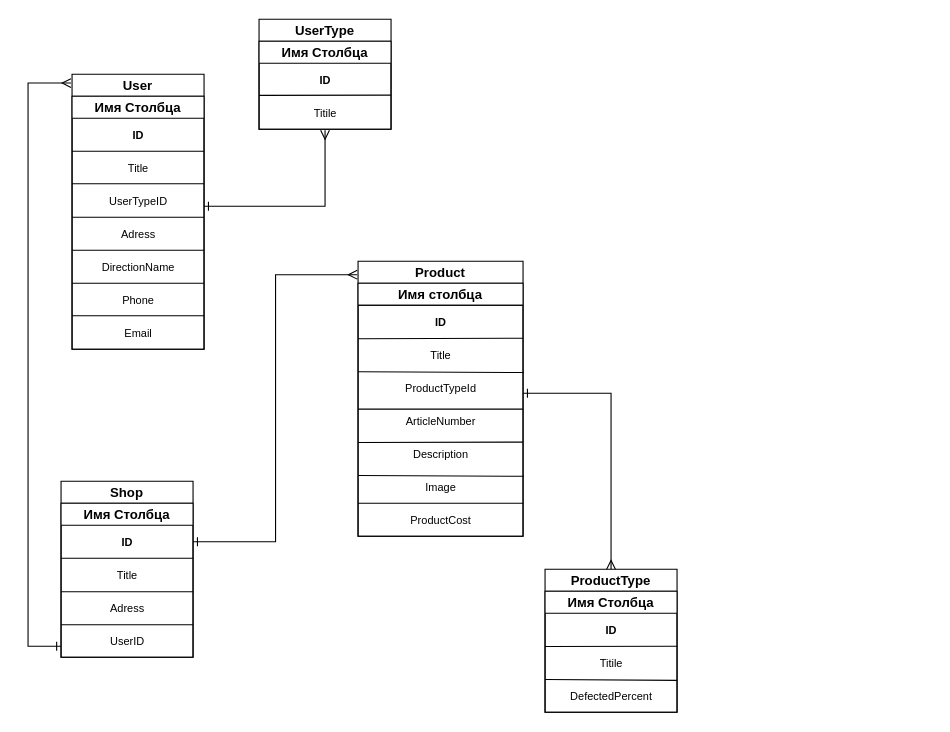
Earlier version of the draw.io diagram ER.drawio (arn1ee/ER-diagramma). Source tidied: cells renumbered, new cells numbered last; positions are measured from the earlier drawing's top-left corner, leaving out a move shared by most shapes. Both pictures are drawn from the tidied source at 110%, with x=0, y=0 at pixel (28, 19).
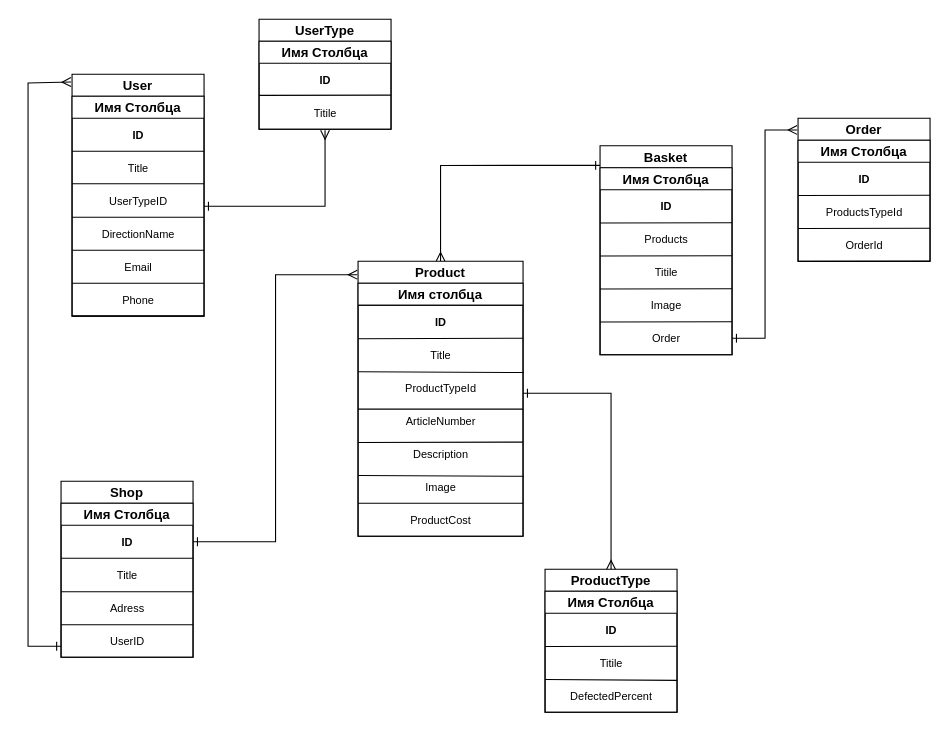
Above is the later version.

Unchanged cells that the change refers to:
```xml
<mxCell id="2" value="Product" style="swimlane;startSize=20;" parent="1" vertex="1">
  <mxGeometry x="300" y="220" width="150" height="250" as="geometry" />
</mxCell>
```

The edit, as a diff of the source:
```diff
@@
+    <mxCell id="58" style="edgeStyle=orthogonalEdgeStyle;rounded=0;jettySize=auto;html=1;exitX=0.5;exitY=0;exitDx=0;exitDy=0;entryX=0;entryY=0.094;entryDx=0;entryDy=0;startArrow=ERmany;startFill=0;endArrow=ERone;endFill=0;entryPerimeter=0;" parent="1" edge="1" source="2" target="59">
+      <mxGeometry relative="1" as="geometry" />
+    </mxCell>
@@
     <mxCell id="26" value="User" style="swimlane;startSize=20;" parent="1" vertex="1">
-      <mxGeometry x="40" y="50" width="120" height="250" as="geometry" />
+      <mxGeometry x="40" y="50" width="120" height="220" as="geometry" />
     </mxCell>
     <mxCell id="27" value="Имя Столбца" style="swimlane;startSize=20;" parent="26" vertex="1">
-      <mxGeometry y="20" width="120" height="230" as="geometry" />
+      <mxGeometry y="20" width="120" height="200" as="geometry" />
     </mxCell>
@@
-    <mxCell id="31" value="&lt;font style=&quot;font-size: 10px;&quot;&gt;Adress&lt;/font&gt;" style="text;html=1;align=center;verticalAlign=middle;strokeColor=none;fillColor=none;" parent="27" vertex="1">
-      <mxGeometry x="35" y="110" width="50" height="30" as="geometry" />
-    </mxCell>
-    <mxCell id="32" value="&lt;font style=&quot;font-size: 10px;&quot;&gt;DirectionName&lt;/font&gt;" style="text;html=1;align=center;verticalAlign=middle;strokeColor=none;fillColor=none;" parent="27" vertex="1">
-      <mxGeometry x="15" y="140" width="90" height="30" as="geometry" />
-    </mxCell>
@@
     <mxCell id="34" value="&lt;font style=&quot;font-size: 10px;&quot;&gt;Email&lt;/font&gt;" style="text;html=1;align=center;verticalAlign=middle;strokeColor=none;fillColor=none;" parent="27" vertex="1">
-      <mxGeometry x="35" y="200" width="50" height="30" as="geometry" />
+      <mxGeometry x="35" y="140" width="50" height="30" as="geometry" />
     </mxCell>
@@
+    <mxCell id="32" value="&lt;font style=&quot;font-size: 10px;&quot;&gt;DirectionName&lt;/font&gt;" style="text;html=1;align=center;verticalAlign=middle;strokeColor=none;fillColor=none;" parent="27" vertex="1">
+      <mxGeometry x="15" y="110" width="90" height="30" as="geometry" />
+    </mxCell>
@@
+    <mxCell id="59" value="Basket" style="swimlane;startSize=20;" parent="1" vertex="1">
+      <mxGeometry x="520" y="115" width="120" height="190" as="geometry" />
+    </mxCell>
+    <mxCell id="60" value="Имя Столбца" style="swimlane;startSize=20;" parent="59" vertex="1">
+      <mxGeometry y="20" width="120" height="170" as="geometry" />
+    </mxCell>
+    <mxCell id="61" value="&lt;font style=&quot;font-size: 10px;&quot;&gt;Products&lt;/font&gt;" style="text;html=1;align=center;verticalAlign=middle;strokeColor=none;fillColor=none;" parent="60" vertex="1">
+      <mxGeometry x="30" y="50" width="60" height="30" as="geometry" />
+    </mxCell>
+    <mxCell id="62" style="endArrow=none;html=1;rounded=0;" parent="60" edge="1">
+      <mxGeometry relative="1" as="geometry">
+        <mxPoint y="50.2" as="sourcePoint" />
+        <mxPoint x="120" y="50" as="targetPoint" />
+      </mxGeometry>
+    </mxCell>
+    <mxCell id="63" style="endArrow=none;html=1;rounded=0;" parent="60" edge="1">
+      <mxGeometry relative="1" as="geometry">
+        <mxPoint y="80.2" as="sourcePoint" />
+        <mxPoint x="120" y="80" as="targetPoint" />
+      </mxGeometry>
+    </mxCell>
+    <mxCell id="64" value="&lt;font style=&quot;font-size: 10px;&quot;&gt;Image&lt;/font&gt;" style="text;html=1;align=center;verticalAlign=middle;strokeColor=none;fillColor=none;" parent="60" vertex="1">
+      <mxGeometry x="35" y="110" width="50" height="30" as="geometry" />
+    </mxCell>
+    <mxCell id="65" value="&lt;font style=&quot;font-size: 10px;&quot;&gt;&lt;b&gt;ID&lt;/b&gt;&lt;/font&gt;" style="text;html=1;align=center;verticalAlign=middle;strokeColor=none;fillColor=none;" parent="60" vertex="1">
+      <mxGeometry x="45" y="20" width="30" height="30" as="geometry" />
+    </mxCell>
+    <mxCell id="66" style="endArrow=none;html=1;rounded=0;" parent="60" edge="1">
+      <mxGeometry relative="1" as="geometry">
+        <mxPoint y="110.2" as="sourcePoint" />
+        <mxPoint x="120" y="110" as="targetPoint" />
+      </mxGeometry>
+    </mxCell>
+    <mxCell id="67" value="&lt;font style=&quot;font-size: 10px;&quot;&gt;Titile&lt;/font&gt;" style="text;html=1;align=center;verticalAlign=middle;strokeColor=none;fillColor=none;" parent="60" vertex="1">
+      <mxGeometry x="40" y="80" width="40" height="30" as="geometry" />
+    </mxCell>
+    <mxCell id="68" style="endArrow=none;html=1;rounded=0;" parent="60" edge="1">
+      <mxGeometry relative="1" as="geometry">
+        <mxPoint y="140.2" as="sourcePoint" />
+        <mxPoint x="120" y="140" as="targetPoint" />
+      </mxGeometry>
+    </mxCell>
+    <mxCell id="69" value="&lt;font style=&quot;font-size: 10px;&quot;&gt;Order&lt;/font&gt;" style="text;html=1;align=center;verticalAlign=middle;strokeColor=none;fillColor=none;" parent="60" vertex="1">
+      <mxGeometry x="35" y="140" width="50" height="30" as="geometry" />
+    </mxCell>
+    <mxCell id="70" style="edgeStyle=orthogonalEdgeStyle;rounded=0;jettySize=auto;html=1;exitX=-0.007;exitY=0.082;exitDx=0;exitDy=0;startArrow=ERmany;startFill=0;endArrow=ERone;endFill=0;exitPerimeter=0;" parent="1" edge="1" source="71">
+      <mxGeometry relative="1" as="geometry">
+        <mxPoint x="640" y="290" as="targetPoint" />
+        <Array as="points">
+          <mxPoint x="670" y="101" />
+          <mxPoint x="670" y="290" />
+        </Array>
+      </mxGeometry>
+    </mxCell>
+    <mxCell id="71" value="Order" style="swimlane;startSize=20;" parent="1" vertex="1">
+      <mxGeometry x="700" y="90" width="120" height="130" as="geometry" />
+    </mxCell>
+    <mxCell id="72" value="Имя Столбца" style="swimlane;startSize=20;" parent="71" vertex="1">
+      <mxGeometry y="20" width="120" height="110" as="geometry" />
+    </mxCell>
+    <mxCell id="73" value="&lt;font style=&quot;font-size: 10px;&quot;&gt;ProductsTypeId&lt;/font&gt;" style="text;html=1;align=center;verticalAlign=middle;strokeColor=none;fillColor=none;" parent="72" vertex="1">
+      <mxGeometry x="15" y="50" width="90" height="30" as="geometry" />
+    </mxCell>
+    <mxCell id="74" style="endArrow=none;html=1;rounded=0;" parent="72" edge="1">
+      <mxGeometry relative="1" as="geometry">
+        <mxPoint y="50.2" as="sourcePoint" />
+        <mxPoint x="120" y="50" as="targetPoint" />
+      </mxGeometry>
+    </mxCell>
+    <mxCell id="75" style="endArrow=none;html=1;rounded=0;" parent="72" edge="1">
+      <mxGeometry relative="1" as="geometry">
+        <mxPoint y="80.2" as="sourcePoint" />
+        <mxPoint x="120" y="80" as="targetPoint" />
+      </mxGeometry>
+    </mxCell>
+    <mxCell id="76" value="&lt;font style=&quot;font-size: 10px;&quot;&gt;OrderId&lt;/font&gt;" style="text;html=1;align=center;verticalAlign=middle;strokeColor=none;fillColor=none;" parent="72" vertex="1">
+      <mxGeometry x="30" y="80" width="60" height="30" as="geometry" />
+    </mxCell>
+    <mxCell id="77" value="&lt;font style=&quot;font-size: 10px;&quot;&gt;&lt;b&gt;ID&lt;/b&gt;&lt;/font&gt;" style="text;html=1;align=center;verticalAlign=middle;strokeColor=none;fillColor=none;" parent="72" vertex="1">
+      <mxGeometry x="45" y="20" width="30" height="30" as="geometry" />
+    </mxCell>
+    <mxCell id="78" style="endArrow=none;html=1;rounded=0;" parent="72" edge="1">
+      <mxGeometry relative="1" as="geometry">
+        <mxPoint y="110.2" as="sourcePoint" />
+        <mxPoint x="120" y="110" as="targetPoint" />
+      </mxGeometry>
+    </mxCell>
```
